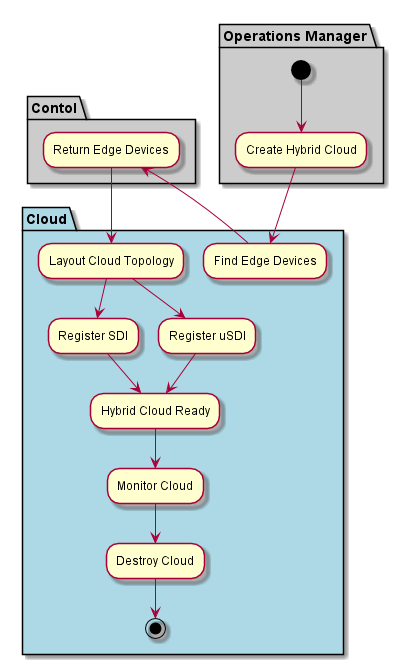
Earlier version of the PlantUML export docs/Solution/Cloud/Process.png (CAADE/edgeville). The source it was exported from:
```plantuml
@startuml

partition "Cloud" {

}

partition "Operations Manager" #cccccc {
  (*) --> "Create Hybrid Cloud"
}

partition "Cloud" #lightblue {
  --> "Find Edge Devices"
}

partition Contol #cccccc {
  -> "Return Edge Devices"
}
partition "Cloud" #lightblue {
  --> "Layout Cloud Topology"
  "Layout Cloud Topology" --> "Register SDI"
  "Layout Cloud Topology" --> "Register uSDI"
  "Register SDI" --> "Hybrid Cloud Ready"
  "Register uSDI" --> "Hybrid Cloud Ready"
  --> "Monitor Cloud"
  --> "Destroy Cloud"
  --> (*)
}


@enduml
```
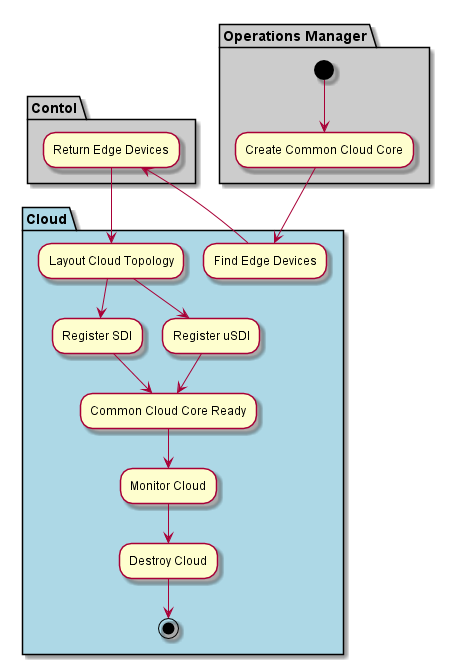
After the change.

The edit, as a diff of the source:
```diff
@@ -5,7 +5,7 @@
 }
 
 partition "Operations Manager" #cccccc {
-  (*) --> "Create Hybrid Cloud"
+  (*) --> "Create Common Cloud Core"
 }
 
 partition "Cloud" #lightblue {
@@ -19,8 +19,8 @@
   --> "Layout Cloud Topology"
   "Layout Cloud Topology" --> "Register SDI"
   "Layout Cloud Topology" --> "Register uSDI"
-  "Register SDI" --> "Hybrid Cloud Ready"
-  "Register uSDI" --> "Hybrid Cloud Ready"
+  "Register SDI" --> "Common Cloud Core Ready"
+  "Register uSDI" --> "Common Cloud Core Ready"
   --> "Monitor Cloud"
   --> "Destroy Cloud"
   --> (*)
```
